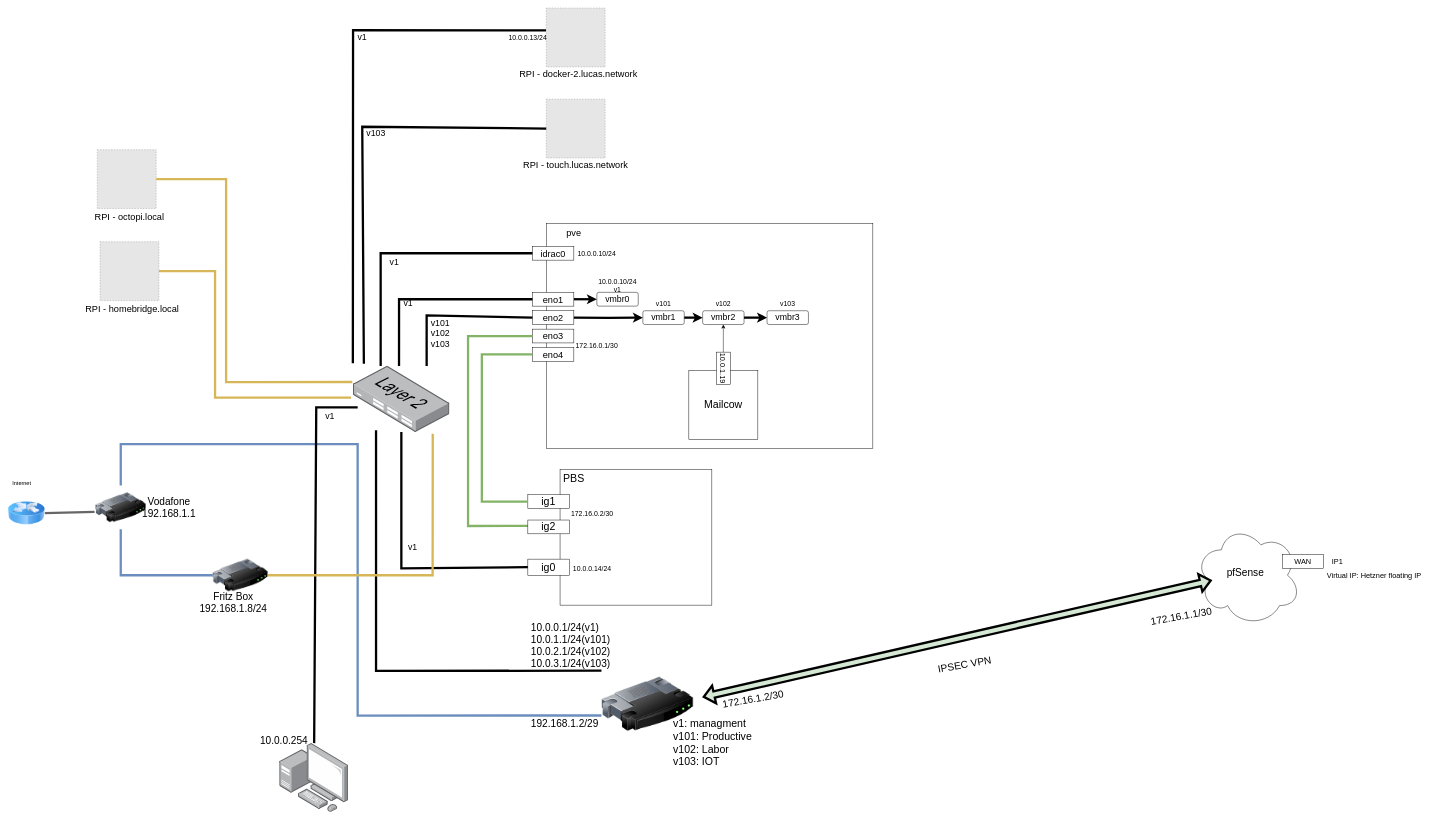
Above: Untitled Diagram.drawio in lucpfi/homelab (draw.io), before the change. Source tidied: cells renumbered, new cells numbered last; positions are measured from the earlier drawing's top-left corner, leaving out a move shared by most shapes. Both pictures are drawn from the tidied source at 46%, with x=0, y=0 at pixel (8, 8). Pictures stored in the file or linked from it are replaced by grey dashed boxes.
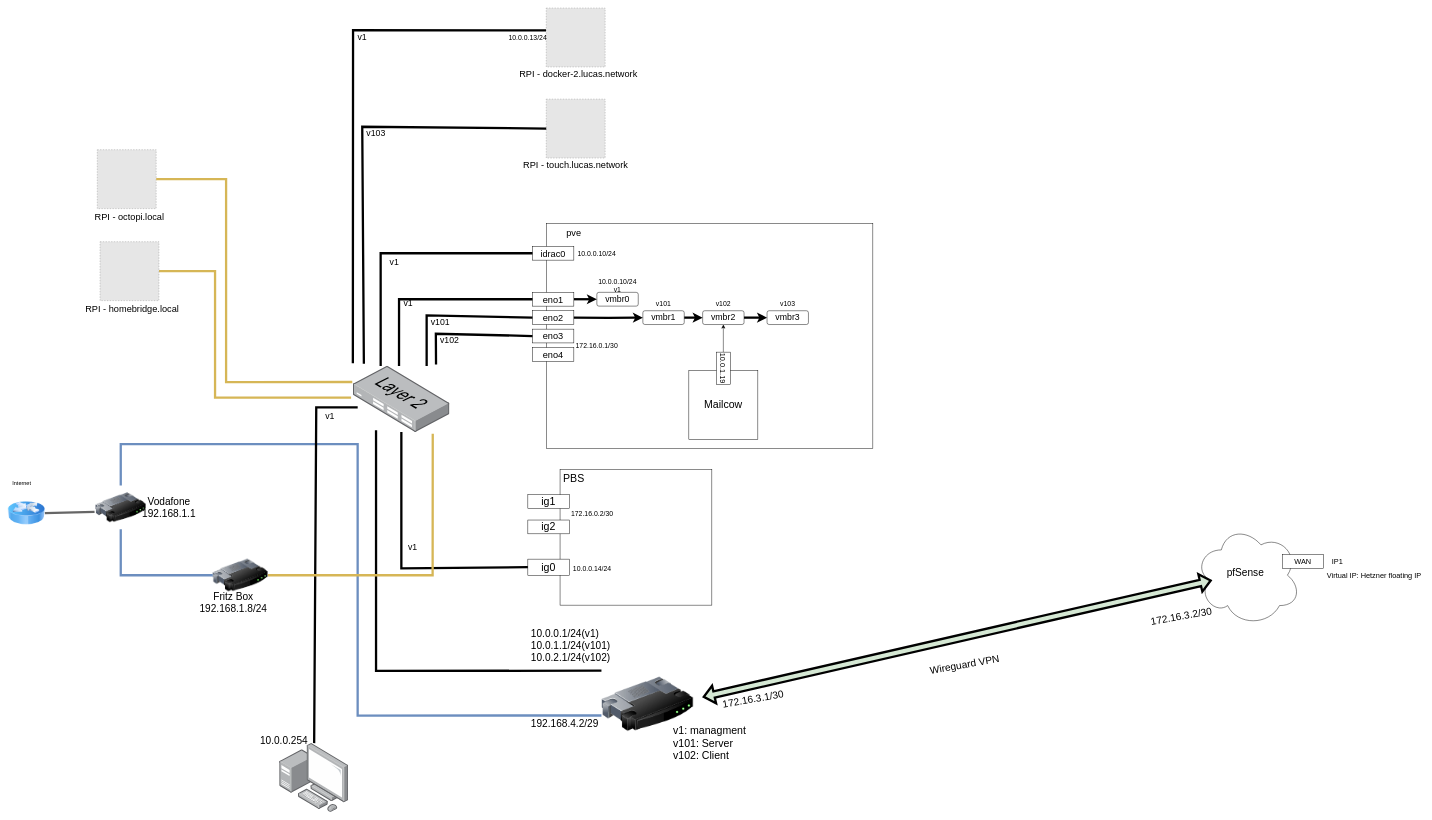
After the change.

Unchanged cells that the change refers to:
```xml
<mxCell id="11" style="points=[];html=1;align=center;shadow=0;dashed=0;image;image=img/lib/allied_telesis/switch/Switch_24_port_L2.svg;fontSize=20;" parent="1" vertex="1">
  <mxGeometry x="750" y="778" width="210" height="143.9" as="geometry" />
</mxCell>
<mxCell id="18" value="eno3" style="rounded=0;whiteSpace=wrap;html=1;fontSize=20;" parent="1" vertex="1">
  <mxGeometry x="1140" y="698" width="90" height="30" as="geometry" />
</mxCell>
<mxCell id="19" value="eno4" style="rounded=0;whiteSpace=wrap;html=1;fontSize=20;" parent="1" vertex="1">
  <mxGeometry x="1140" y="738" width="90" height="30" as="geometry" />
</mxCell>
<mxCell id="26" value="ig1" style="rounded=0;whiteSpace=wrap;html=1;fontSize=23;" parent="1" vertex="1">
  <mxGeometry x="1130" y="1058" width="90" height="30" as="geometry" />
</mxCell>
```

Diff of the diagram source:
```diff
@@
-    <mxCell id="21" value="v1: managment&lt;br&gt;v101: Productive&lt;br&gt;&lt;div&gt;&lt;div&gt;v102: Labor&lt;/div&gt;&lt;div&gt;v103: IOT&lt;br&gt;&lt;/div&gt;&lt;/div&gt;" style="text;html=1;strokeColor=none;fillColor=none;align=left;verticalAlign=middle;whiteSpace=wrap;rounded=0;fontSize=23;" parent="1" vertex="1">
+    <mxCell id="21" value="v1: managment&lt;br&gt;v101: Server&lt;br&gt;&lt;div&gt;&lt;div&gt;v102: Client&lt;/div&gt;&lt;/div&gt;" style="text;html=1;strokeColor=none;fillColor=none;align=left;verticalAlign=middle;whiteSpace=wrap;rounded=0;fontSize=23;" parent="1" vertex="1">
       <mxGeometry x="1444" y="1498" width="210" height="200" as="geometry" />
     </mxCell>
-    <mxCell id="22" value="&lt;div&gt;v101&lt;/div&gt;&lt;div&gt;v102&lt;/div&gt;&lt;div&gt;v103&lt;br&gt;&lt;/div&gt;" style="text;html=1;strokeColor=none;fillColor=none;align=center;verticalAlign=middle;whiteSpace=wrap;rounded=0;fontSize=19;" parent="1" vertex="1">
-      <mxGeometry x="910" y="668" width="60" height="80" as="geometry" />
+    <mxCell id="22" value="&lt;div&gt;v101&lt;/div&gt;" style="text;html=1;strokeColor=none;fillColor=none;align=center;verticalAlign=middle;whiteSpace=wrap;rounded=0;fontSize=19;" parent="1" vertex="1">
+      <mxGeometry x="910" y="668" width="60" height="30" as="geometry" />
     </mxCell>
@@
-    <mxCell id="28" style="endArrow=none;html=1;rounded=0;fontSize=23;strokeWidth=5;entryX=0;entryY=0.5;entryDx=0;entryDy=0;exitX=0;exitY=0.5;exitDx=0;exitDy=0;fillColor=#d5e8d4;strokeColor=#82b366;" parent="1" edge="1" source="18">
-      <mxGeometry relative="1" as="geometry">
-        <mxPoint x="1130" y="1125.5" as="targetPoint" />
-        <Array as="points">
-          <mxPoint x="1000" y="713" />
-          <mxPoint x="1000" y="1126" />
-        </Array>
-      </mxGeometry>
-    </mxCell>
-    <mxCell id="29" style="endArrow=none;html=1;rounded=0;fontSize=23;strokeWidth=5;exitX=0;exitY=0.5;exitDx=0;exitDy=0;entryX=0;entryY=0.5;entryDx=0;entryDy=0;fillColor=#d5e8d4;strokeColor=#82b366;" parent="1" edge="1" source="26" target="19">
-      <mxGeometry relative="1" as="geometry">
-        <Array as="points">
-          <mxPoint x="1030" y="1073" />
-          <mxPoint x="1030" y="753" />
-        </Array>
-      </mxGeometry>
-    </mxCell>
@@
-    <mxCell id="35" value="10.0.0.1/24(v1)&lt;br style=&quot;font-size: 22px&quot;&gt;10.0.1.1/24(v101)&lt;br style=&quot;font-size: 22px&quot;&gt;&lt;div&gt;10.0.2.1/24(v102)&lt;/div&gt;&lt;div&gt;10.0.3.1/24(v103)&lt;br&gt;&lt;/div&gt;" style="text;html=1;strokeColor=none;fillColor=none;align=left;verticalAlign=middle;whiteSpace=wrap;rounded=0;fontSize=22;" parent="1" vertex="1">
+    <mxCell id="35" value="10.0.0.1/24(v1)&lt;br style=&quot;font-size: 22px&quot;&gt;10.0.1.1/24(v101)&lt;br style=&quot;font-size: 22px&quot;&gt;&lt;div&gt;10.0.2.1/24(v102)&lt;/div&gt;" style="text;html=1;strokeColor=none;fillColor=none;align=left;verticalAlign=middle;whiteSpace=wrap;rounded=0;fontSize=22;" parent="1" vertex="1">
       <mxGeometry x="1135" y="1348" width="140" height="75" as="geometry" />
     </mxCell>
@@
-    <mxCell id="50" value="192.168.1.2/29" style="text;html=1;strokeColor=none;fillColor=none;align=left;verticalAlign=middle;whiteSpace=wrap;rounded=0;fontSize=22;" parent="1" vertex="1">
+    <mxCell id="50" value="192.168.4.2/29" style="text;html=1;strokeColor=none;fillColor=none;align=left;verticalAlign=middle;whiteSpace=wrap;rounded=0;fontSize=22;" parent="1" vertex="1">
       <mxGeometry x="1135" y="1543" width="140" height="25" as="geometry" />
     </mxCell>
@@
-    <mxCell id="54" value="IPSEC VPN" style="text;html=1;strokeColor=none;fillColor=none;align=center;verticalAlign=middle;whiteSpace=wrap;rounded=0;fontFamily=Helvetica;fontSize=22;fontColor=default;rotation=-10;" parent="1" vertex="1">
+    <mxCell id="54" value="Wireguard VPN" style="text;html=1;strokeColor=none;fillColor=none;align=center;verticalAlign=middle;whiteSpace=wrap;rounded=0;fontFamily=Helvetica;fontSize=22;fontColor=default;rotation=-10;" parent="1" vertex="1">
       <mxGeometry x="1990" y="1388" width="180" height="80" as="geometry" />
     </mxCell>
-    <mxCell id="55" value="172.16.1.2/30" style="text;html=1;strokeColor=none;fillColor=none;align=center;verticalAlign=middle;whiteSpace=wrap;rounded=0;fontFamily=Helvetica;fontSize=22;fontColor=default;rotation=-10;" parent="1" vertex="1">
+    <mxCell id="55" value="172.16.3.1/30" style="text;html=1;strokeColor=none;fillColor=none;align=center;verticalAlign=middle;whiteSpace=wrap;rounded=0;fontFamily=Helvetica;fontSize=22;fontColor=default;rotation=-10;" parent="1" vertex="1">
       <mxGeometry x="1550" y="1458" width="140" height="90" as="geometry" />
     </mxCell>
-    <mxCell id="56" value="172.16.1.1/30" style="text;html=1;strokeColor=none;fillColor=none;align=center;verticalAlign=middle;whiteSpace=wrap;rounded=0;fontFamily=Helvetica;fontSize=22;fontColor=default;rotation=-10;" parent="1" vertex="1">
+    <mxCell id="56" value="172.16.3.2/30" style="text;html=1;strokeColor=none;fillColor=none;align=center;verticalAlign=middle;whiteSpace=wrap;rounded=0;fontFamily=Helvetica;fontSize=22;fontColor=default;rotation=-10;" parent="1" vertex="1">
       <mxGeometry x="2481" y="1278" width="140" height="90" as="geometry" />
     </mxCell>
@@
+    <mxCell id="87" style="endArrow=none;html=1;rounded=0;fontSize=19;strokeWidth=5;entryX=0;entryY=0.5;entryDx=0;entryDy=0;exitX=0.859;exitY=-0.023;exitDx=0;exitDy=0;exitPerimeter=0;" parent="1" edge="1" source="11" target="18">
+      <mxGeometry relative="1" as="geometry">
+        <Array as="points">
+          <mxPoint x="930" y="708" />
+        </Array>
+      </mxGeometry>
+    </mxCell>
+    <mxCell id="88" value="&lt;div&gt;v102&lt;/div&gt;" style="text;html=1;strokeColor=none;fillColor=none;align=center;verticalAlign=middle;whiteSpace=wrap;rounded=0;fontSize=19;" parent="1" vertex="1">
+      <mxGeometry x="930" y="708" width="60" height="30" as="geometry" />
+    </mxCell>
```
